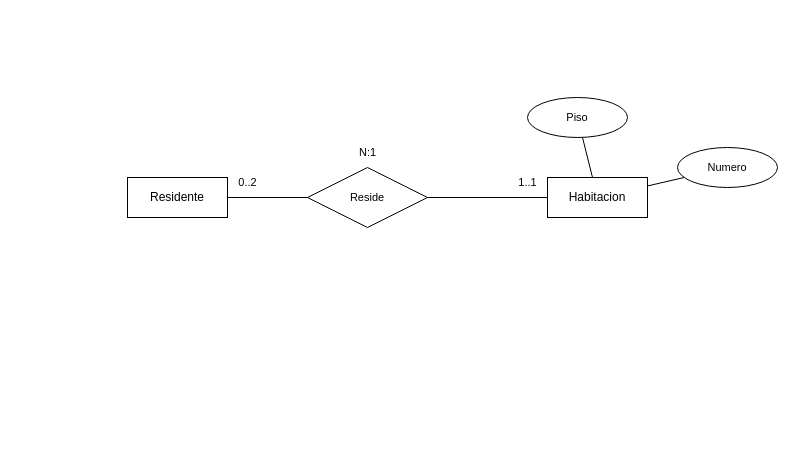
Earlier version of the draw.io diagram Diagramas/Modelo E-R.drawio (IslaZzz/SistemaResidenciasITSON). Source tidied: cells renumbered, new cells numbered last; positions are measured from the earlier drawing's top-left corner, leaving out a move shared by most shapes. Both pictures are drawn from the tidied source at 100%, with x=0, y=0 at pixel (127, 97).
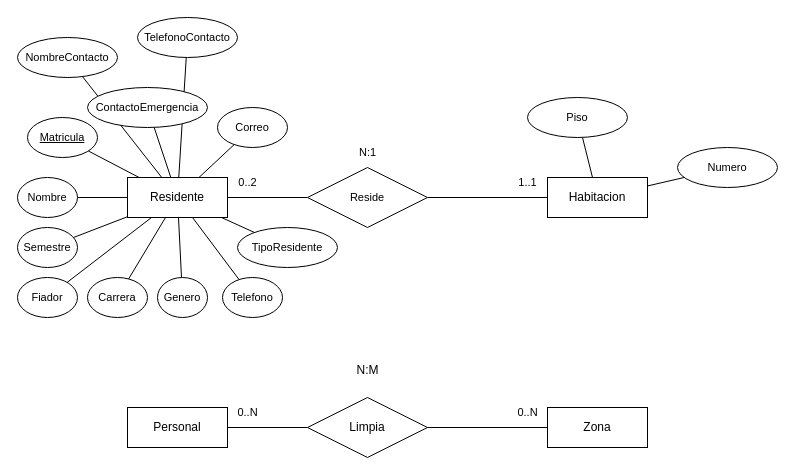
After the change.

Commit message (it also covers changes not shown here):
Cambios en modelo ER

The change refers to these unchanged cells:
```xml
<mxCell id="3" value="Residente" style="whiteSpace=wrap;html=1;align=center;" parent="1" vertex="1">
  <mxGeometry y="80" width="100" height="40" as="geometry" />
</mxCell>
```

Change to the diagram source:
```diff
@@
+    <mxCell id="14" style="edgeStyle=none;shape=connector;rounded=1;html=1;strokeColor=default;align=center;verticalAlign=middle;fontFamily=Helvetica;fontSize=11;fontColor=default;labelBackgroundColor=default;endArrow=none;endFill=0;" parent="1" edge="1" source="3" target="39">
+      <mxGeometry relative="1" as="geometry" />
+    </mxCell>
+    <mxCell id="15" style="edgeStyle=none;shape=connector;rounded=1;html=1;strokeColor=default;align=center;verticalAlign=middle;fontFamily=Helvetica;fontSize=11;fontColor=default;labelBackgroundColor=default;endArrow=none;endFill=0;" parent="1" edge="1" source="3" target="43">
+      <mxGeometry relative="1" as="geometry" />
+    </mxCell>
+    <mxCell id="16" style="edgeStyle=none;shape=connector;rounded=1;html=1;strokeColor=default;align=center;verticalAlign=middle;fontFamily=Helvetica;fontSize=11;fontColor=default;labelBackgroundColor=default;endArrow=none;endFill=0;" parent="1" edge="1" source="3" target="44">
+      <mxGeometry relative="1" as="geometry" />
+    </mxCell>
+    <mxCell id="17" style="edgeStyle=none;shape=connector;rounded=1;html=1;strokeColor=default;align=center;verticalAlign=middle;fontFamily=Helvetica;fontSize=11;fontColor=default;labelBackgroundColor=default;endArrow=none;endFill=0;" parent="1" edge="1" source="3" target="40">
+      <mxGeometry relative="1" as="geometry" />
+    </mxCell>
+    <mxCell id="18" style="edgeStyle=none;shape=connector;rounded=1;html=1;strokeColor=default;align=center;verticalAlign=middle;fontFamily=Helvetica;fontSize=11;fontColor=default;labelBackgroundColor=default;endArrow=none;endFill=0;" parent="1" edge="1" source="3" target="36">
+      <mxGeometry relative="1" as="geometry" />
+    </mxCell>
+    <mxCell id="19" style="edgeStyle=none;shape=connector;rounded=1;html=1;strokeColor=default;align=center;verticalAlign=middle;fontFamily=Helvetica;fontSize=11;fontColor=default;labelBackgroundColor=default;endArrow=none;endFill=0;" parent="1" edge="1" source="3" target="42">
+      <mxGeometry relative="1" as="geometry" />
+    </mxCell>
+    <mxCell id="20" style="edgeStyle=none;shape=connector;rounded=1;html=1;strokeColor=default;align=center;verticalAlign=middle;fontFamily=Helvetica;fontSize=11;fontColor=default;labelBackgroundColor=default;endArrow=none;endFill=0;" parent="1" edge="1" source="3" target="41">
+      <mxGeometry relative="1" as="geometry" />
+    </mxCell>
+    <mxCell id="21" style="edgeStyle=none;shape=connector;rounded=1;html=1;strokeColor=default;align=center;verticalAlign=middle;fontFamily=Helvetica;fontSize=11;fontColor=default;labelBackgroundColor=default;endArrow=none;endFill=0;" parent="1" edge="1" source="3" target="35">
+      <mxGeometry relative="1" as="geometry" />
+    </mxCell>
+    <mxCell id="22" style="edgeStyle=none;shape=connector;rounded=1;html=1;strokeColor=default;align=center;verticalAlign=middle;fontFamily=Helvetica;fontSize=11;fontColor=default;labelBackgroundColor=default;endArrow=none;endFill=0;" parent="1" edge="1" source="3" target="34">
+      <mxGeometry relative="1" as="geometry" />
+    </mxCell>
+    <mxCell id="23" style="edgeStyle=none;shape=connector;rounded=1;html=1;strokeColor=default;align=center;verticalAlign=middle;fontFamily=Helvetica;fontSize=11;fontColor=default;labelBackgroundColor=default;endArrow=none;endFill=0;" parent="1" edge="1" source="3" target="37">
+      <mxGeometry relative="1" as="geometry" />
+    </mxCell>
+    <mxCell id="24" style="edgeStyle=none;shape=connector;rounded=1;html=1;strokeColor=default;align=center;verticalAlign=middle;fontFamily=Helvetica;fontSize=11;fontColor=default;labelBackgroundColor=default;endArrow=none;endFill=0;" parent="1" edge="1" source="3" target="38">
+      <mxGeometry relative="1" as="geometry" />
+    </mxCell>
+    <mxCell id="25" style="edgeStyle=none;shape=connector;rounded=1;html=1;strokeColor=default;align=center;verticalAlign=middle;fontFamily=Helvetica;fontSize=11;fontColor=default;labelBackgroundColor=default;endArrow=none;endFill=0;" parent="1" edge="1" source="3" target="45">
+      <mxGeometry relative="1" as="geometry" />
+    </mxCell>
@@
+    <mxCell id="26" style="edgeStyle=none;html=1;endArrow=none;endFill=0;" parent="1" edge="1" source="27" target="30">
+      <mxGeometry relative="1" as="geometry" />
+    </mxCell>
+    <mxCell id="27" value="Personal" style="whiteSpace=wrap;html=1;align=center;" parent="1" vertex="1">
+      <mxGeometry y="310" width="100" height="40" as="geometry" />
+    </mxCell>
+    <mxCell id="28" value="Zona" style="whiteSpace=wrap;html=1;align=center;" parent="1" vertex="1">
+      <mxGeometry x="420" y="310" width="100" height="40" as="geometry" />
+    </mxCell>
+    <mxCell id="29" style="edgeStyle=none;html=1;endArrow=none;endFill=0;" parent="1" edge="1" source="30" target="28">
+      <mxGeometry relative="1" as="geometry" />
+    </mxCell>
+    <mxCell id="30" value="Limpia" style="shape=rhombus;perimeter=rhombusPerimeter;whiteSpace=wrap;html=1;align=center;" parent="1" vertex="1">
+      <mxGeometry x="180" y="300" width="120" height="60" as="geometry" />
+    </mxCell>
+    <mxCell id="31" value="N:M" style="text;html=1;align=center;verticalAlign=middle;strokeColor=none;fillColor=none;" parent="1" vertex="1">
+      <mxGeometry x="215" y="258" width="50" height="30" as="geometry" />
+    </mxCell>
+    <mxCell id="32" value="0..N" style="text;html=1;align=center;verticalAlign=middle;strokeColor=none;fillColor=none;fontFamily=Helvetica;fontSize=11;fontColor=default;labelBackgroundColor=default;" parent="1" vertex="1">
+      <mxGeometry x="100" y="300" width="40" height="30" as="geometry" />
+    </mxCell>
+    <mxCell id="33" value="0..N" style="text;html=1;align=center;verticalAlign=middle;strokeColor=none;fillColor=none;fontFamily=Helvetica;fontSize=11;fontColor=default;labelBackgroundColor=default;" parent="1" vertex="1">
+      <mxGeometry x="380" y="300" width="40" height="30" as="geometry" />
+    </mxCell>
+    <mxCell id="34" value="Nombre" style="ellipse;whiteSpace=wrap;html=1;align=center;fontFamily=Helvetica;fontSize=11;fontColor=default;labelBackgroundColor=default;" parent="1" vertex="1">
+      <mxGeometry x="-110" y="80" width="60" height="40" as="geometry" />
+    </mxCell>
+    <mxCell id="35" value="Matricula" style="ellipse;whiteSpace=wrap;html=1;align=center;fontStyle=4;fontFamily=Helvetica;fontSize=11;fontColor=default;labelBackgroundColor=default;" parent="1" vertex="1">
+      <mxGeometry x="-100" y="20" width="70" height="40" as="geometry" />
+    </mxCell>
+    <mxCell id="36" value="Correo" style="ellipse;whiteSpace=wrap;html=1;align=center;fontFamily=Helvetica;fontSize=11;fontColor=default;labelBackgroundColor=default;" parent="1" vertex="1">
+      <mxGeometry x="90" y="10" width="70" height="40" as="geometry" />
+    </mxCell>
+    <mxCell id="37" value="Semestre" style="ellipse;whiteSpace=wrap;html=1;align=center;fontFamily=Helvetica;fontSize=11;fontColor=default;labelBackgroundColor=default;" parent="1" vertex="1">
+      <mxGeometry x="-110" y="130" width="60" height="40" as="geometry" />
+    </mxCell>
+    <mxCell id="38" value="Carrera" style="ellipse;whiteSpace=wrap;html=1;align=center;fontFamily=Helvetica;fontSize=11;fontColor=default;labelBackgroundColor=default;" parent="1" vertex="1">
+      <mxGeometry x="-40" y="180" width="60" height="40" as="geometry" />
+    </mxCell>
+    <mxCell id="39" value="Genero" style="ellipse;whiteSpace=wrap;html=1;align=center;fontFamily=Helvetica;fontSize=11;fontColor=default;labelBackgroundColor=default;" parent="1" vertex="1">
+      <mxGeometry x="30" y="180" width="50" height="40" as="geometry" />
+    </mxCell>
+    <mxCell id="40" value="ContactoEmergencia" style="ellipse;whiteSpace=wrap;html=1;align=center;fontFamily=Helvetica;fontSize=11;fontColor=default;labelBackgroundColor=default;" parent="1" vertex="1">
+      <mxGeometry x="-40" y="-10" width="120" height="40" as="geometry" />
+    </mxCell>
+    <mxCell id="41" value="NombreContacto" style="ellipse;whiteSpace=wrap;html=1;align=center;fontFamily=Helvetica;fontSize=11;fontColor=default;labelBackgroundColor=default;" parent="1" vertex="1">
+      <mxGeometry x="-110" y="-60" width="100" height="40" as="geometry" />
+    </mxCell>
+    <mxCell id="42" value="TelefonoContacto" style="ellipse;whiteSpace=wrap;html=1;align=center;fontFamily=Helvetica;fontSize=11;fontColor=default;labelBackgroundColor=default;" parent="1" vertex="1">
+      <mxGeometry x="10" y="-80" width="100" height="40" as="geometry" />
+    </mxCell>
+    <mxCell id="43" value="Telefono" style="ellipse;whiteSpace=wrap;html=1;align=center;fontFamily=Helvetica;fontSize=11;fontColor=default;labelBackgroundColor=default;" parent="1" vertex="1">
+      <mxGeometry x="95" y="180" width="60" height="40" as="geometry" />
+    </mxCell>
+    <mxCell id="44" value="TipoResidente" style="ellipse;whiteSpace=wrap;html=1;align=center;fontFamily=Helvetica;fontSize=11;fontColor=default;labelBackgroundColor=default;" parent="1" vertex="1">
+      <mxGeometry x="110" y="130" width="100" height="40" as="geometry" />
+    </mxCell>
+    <mxCell id="45" value="Fiador" style="ellipse;whiteSpace=wrap;html=1;align=center;fontFamily=Helvetica;fontSize=11;fontColor=default;labelBackgroundColor=default;" parent="1" vertex="1">
+      <mxGeometry x="-110" y="180" width="60" height="40" as="geometry" />
+    </mxCell>
```
